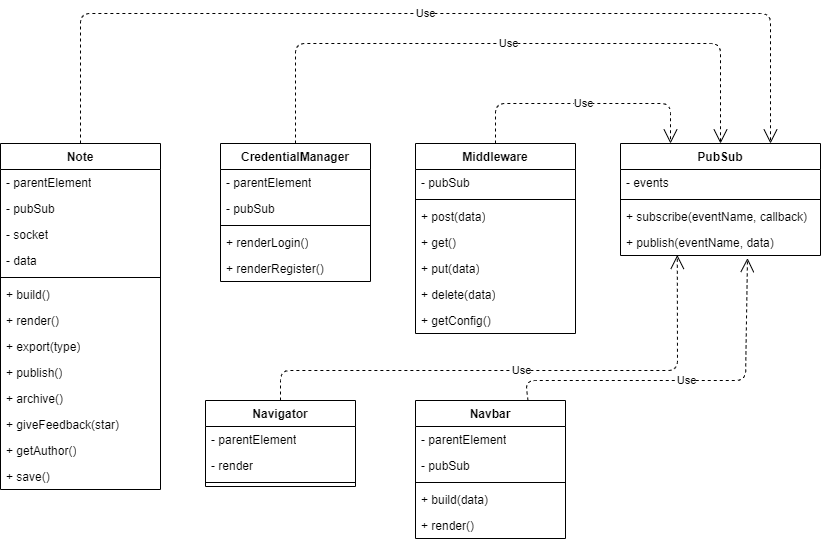
Above: assets/schemas/diagrams/SchemaOggetti.drawio.png in AngeloRipamonti/5C_RipamontiAvvedutoKotisCinquetti_PortaleAppunti (draw.io), before the change. Source tidied: cells renumbered, new cells last; positions are measured from the earlier drawing's top-left corner, leaving out a move shared by most shapes.
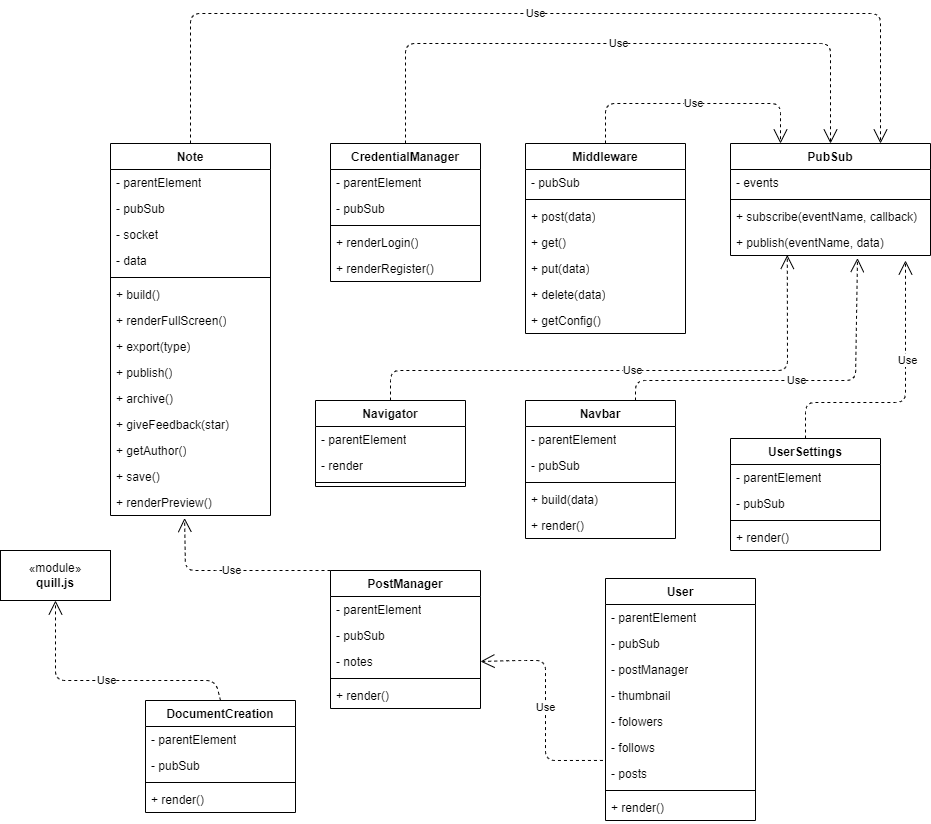
After the commit.

Commit message:
scheme components

Diff of the diagram source:
```diff
@@ -3,7 +3,7 @@
     <mxCell id="0" />
     <mxCell id="1" parent="0" />
     <mxCell id="2" value="Note" style="swimlane;fontStyle=1;align=center;verticalAlign=top;horizontal=1;startSize=26;whiteSpace=wrap;html=1;" parent="1" vertex="1">
-      <mxGeometry y="130" width="160" height="346" as="geometry" />
+      <mxGeometry y="130" width="160" height="372" as="geometry" />
     </mxCell>
     <mxCell id="3" value="- parentElement" style="text;strokeColor=none;fillColor=none;align=left;verticalAlign=top;spacingLeft=4;spacingRight=4;overflow=hidden;whiteSpace=wrap;html=1;" parent="2" vertex="1">
       <mxGeometry y="26" width="160" height="26" as="geometry" />
@@ -23,7 +23,7 @@
     <mxCell id="8" value="+ build()" style="text;strokeColor=none;fillColor=none;align=left;verticalAlign=top;spacingLeft=4;spacingRight=4;overflow=hidden;whiteSpace=wrap;html=1;" parent="2" vertex="1">
       <mxGeometry y="138" width="160" height="26" as="geometry" />
     </mxCell>
-    <mxCell id="9" value="+ render()" style="text;strokeColor=none;fillColor=none;align=left;verticalAlign=top;spacingLeft=4;spacingRight=4;overflow=hidden;whiteSpace=wrap;html=1;" parent="2" vertex="1">
+    <mxCell id="9" value="+ renderFullScreen()" style="text;strokeColor=none;fillColor=none;align=left;verticalAlign=top;spacingLeft=4;spacingRight=4;overflow=hidden;whiteSpace=wrap;html=1;" parent="2" vertex="1">
       <mxGeometry y="164" width="160" height="26" as="geometry" />
     </mxCell>
     <mxCell id="10" value="+ export(type)" style="text;strokeColor=none;fillColor=none;align=left;verticalAlign=top;spacingLeft=4;spacingRight=4;overflow=hidden;whiteSpace=wrap;html=1;" parent="2" vertex="1">
@@ -41,8 +41,11 @@
     <mxCell id="14" value="+ getAuthor()" style="text;strokeColor=none;fillColor=none;align=left;verticalAlign=top;spacingLeft=4;spacingRight=4;overflow=hidden;whiteSpace=wrap;html=1;" parent="2" vertex="1">
       <mxGeometry y="294" width="160" height="26" as="geometry" />
     </mxCell>
+    <mxCell id="50" value="+ save()" style="text;strokeColor=none;fillColor=none;align=left;verticalAlign=top;spacingLeft=4;spacingRight=4;overflow=hidden;whiteSpace=wrap;html=1;" parent="2" vertex="1">
+      <mxGeometry y="320" width="160" height="26" as="geometry" />
+    </mxCell>
-    <mxCell id="15" value="+ save()" style="text;strokeColor=none;fillColor=none;align=left;verticalAlign=top;spacingLeft=4;spacingRight=4;overflow=hidden;points=[[0,0.5],[1,0.5]];portConstraint=eastwest;whiteSpace=wrap;html=1;" parent="2" vertex="1">
-      <mxGeometry y="320" width="160" height="26" as="geometry" />
+    <mxCell id="15" value="+ renderPreview()" style="text;strokeColor=none;fillColor=none;align=left;verticalAlign=top;spacingLeft=4;spacingRight=4;overflow=hidden;points=[[0,0.5],[1,0.5]];portConstraint=eastwest;whiteSpace=wrap;html=1;" parent="2" vertex="1">
+      <mxGeometry y="346" width="160" height="26" as="geometry" />
     </mxCell>
     <mxCell id="16" value="CredentialManager" style="swimlane;fontStyle=1;align=center;verticalAlign=top;horizontal=1;startSize=26;whiteSpace=wrap;html=1;" parent="1" vertex="1">
       <mxGeometry x="220" y="130" width="150" height="138" as="geometry" />
@@ -165,13 +168,129 @@
         </Array>
       </mxGeometry>
     </mxCell>
-    <mxCell id="49" value="Use" style="endArrow=open;endSize=12;dashed=1;html=1;exitX=0.75;exitY=0;exitDx=0;exitDy=0;entryX=0.635;entryY=1.1;entryDx=0;entryDy=0;entryPerimeter=0;" parent="1" edge="1" source="38" target="26">
+    <mxCell id="49" value="Use" style="endArrow=open;endSize=12;dashed=1;html=1;entryX=0.635;entryY=1.1;entryDx=0;entryDy=0;entryPerimeter=0;" parent="1" edge="1" target="26">
       <mxGeometry relative="1" as="geometry">
+        <mxPoint x="525" y="387" as="sourcePoint" />
         <Array as="points">
           <mxPoint x="525" y="367" />
           <mxPoint x="745" y="367" />
         </Array>
       </mxGeometry>
     </mxCell>
+    <mxCell id="51" value="UserSettings" style="swimlane;fontStyle=1;align=center;verticalAlign=top;horizontal=1;startSize=26;whiteSpace=wrap;html=1;" parent="1" vertex="1">
+      <mxGeometry x="620" y="425" width="150" height="112" as="geometry" />
+    </mxCell>
+    <mxCell id="52" value="- parentElement" style="text;strokeColor=none;fillColor=none;align=left;verticalAlign=top;spacingLeft=4;spacingRight=4;overflow=hidden;whiteSpace=wrap;html=1;" parent="51" vertex="1">
+      <mxGeometry y="26" width="150" height="26" as="geometry" />
+    </mxCell>
+    <mxCell id="53" value="- pubSub" style="text;strokeColor=none;fillColor=none;align=left;verticalAlign=top;spacingLeft=4;spacingRight=4;overflow=hidden;whiteSpace=wrap;html=1;" parent="51" vertex="1">
+      <mxGeometry y="52" width="150" height="26" as="geometry" />
+    </mxCell>
+    <mxCell id="54" style="line;strokeWidth=1;fillColor=none;align=left;verticalAlign=middle;spacingTop=-1;spacingLeft=3;spacingRight=3;labelPosition=right;strokeColor=inherit;" parent="51" vertex="1">
+      <mxGeometry y="78" width="150" height="8" as="geometry" />
+    </mxCell>
+    <mxCell id="55" value="+ render()" style="text;strokeColor=none;fillColor=none;align=left;verticalAlign=top;spacingLeft=4;spacingRight=4;overflow=hidden;whiteSpace=wrap;html=1;" parent="51" vertex="1">
+      <mxGeometry y="86" width="150" height="26" as="geometry" />
+    </mxCell>
+    <mxCell id="56" value="Use" style="endArrow=open;endSize=12;dashed=1;html=1;exitX=0.5;exitY=0;exitDx=0;exitDy=0;" parent="1" edge="1" source="51">
+      <mxGeometry x="0.28" y="-2" relative="1" as="geometry">
+        <mxPoint x="795" y="247" as="targetPoint" />
+        <Array as="points">
+          <mxPoint x="695" y="389" />
+          <mxPoint x="795" y="389" />
+        </Array>
+      </mxGeometry>
+    </mxCell>
+    <mxCell id="57" value="PostManager" style="swimlane;fontStyle=1;align=center;verticalAlign=top;horizontal=1;startSize=26;whiteSpace=wrap;html=1;" parent="1" vertex="1">
+      <mxGeometry x="220" y="557" width="150" height="138" as="geometry" />
+    </mxCell>
+    <mxCell id="58" value="- parentElement" style="text;strokeColor=none;fillColor=none;align=left;verticalAlign=top;spacingLeft=4;spacingRight=4;overflow=hidden;whiteSpace=wrap;html=1;" parent="57" vertex="1">
+      <mxGeometry y="26" width="150" height="26" as="geometry" />
+    </mxCell>
+    <mxCell id="59" value="- pubSub" style="text;strokeColor=none;fillColor=none;align=left;verticalAlign=top;spacingLeft=4;spacingRight=4;overflow=hidden;whiteSpace=wrap;html=1;" parent="57" vertex="1">
+      <mxGeometry y="52" width="150" height="26" as="geometry" />
+    </mxCell>
+    <mxCell id="60" value="- notes" style="text;strokeColor=none;fillColor=none;align=left;verticalAlign=top;spacingLeft=4;spacingRight=4;overflow=hidden;points=[[0,0.5],[1,0.5]];portConstraint=eastwest;whiteSpace=wrap;html=1;" parent="57" vertex="1">
+      <mxGeometry y="78" width="150" height="26" as="geometry" />
+    </mxCell>
+    <mxCell id="61" style="line;strokeWidth=1;fillColor=none;align=left;verticalAlign=middle;spacingTop=-1;spacingLeft=3;spacingRight=3;labelPosition=right;strokeColor=inherit;" parent="57" vertex="1">
+      <mxGeometry y="104" width="150" height="8" as="geometry" />
+    </mxCell>
+    <mxCell id="62" value="+ render()" style="text;strokeColor=none;fillColor=none;align=left;verticalAlign=top;spacingLeft=4;spacingRight=4;overflow=hidden;whiteSpace=wrap;html=1;" parent="57" vertex="1">
+      <mxGeometry y="112" width="150" height="26" as="geometry" />
+    </mxCell>
+    <mxCell id="63" value="Use" style="endArrow=open;endSize=12;dashed=1;html=1;exitX=0;exitY=0;exitDx=0;exitDy=0;entryX=0.463;entryY=1.096;entryDx=0;entryDy=0;entryPerimeter=0;" parent="1" edge="1" source="57" target="15">
+      <mxGeometry relative="1" as="geometry">
+        <Array as="points">
+          <mxPoint x="115" y="557" />
+          <mxPoint x="75" y="557" />
+        </Array>
+      </mxGeometry>
+    </mxCell>
+    <mxCell id="64" value="User" style="swimlane;fontStyle=1;align=center;verticalAlign=top;horizontal=1;startSize=26;whiteSpace=wrap;html=1;" parent="1" vertex="1">
+      <mxGeometry x="495" y="565" width="150" height="242" as="geometry" />
+    </mxCell>
+    <mxCell id="65" value="- parentElement" style="text;strokeColor=none;fillColor=none;align=left;verticalAlign=top;spacingLeft=4;spacingRight=4;overflow=hidden;whiteSpace=wrap;html=1;" parent="64" vertex="1">
+      <mxGeometry y="26" width="150" height="26" as="geometry" />
+    </mxCell>
+    <mxCell id="66" value="- pubSub" style="text;strokeColor=none;fillColor=none;align=left;verticalAlign=top;spacingLeft=4;spacingRight=4;overflow=hidden;whiteSpace=wrap;html=1;" parent="64" vertex="1">
+      <mxGeometry y="52" width="150" height="26" as="geometry" />
+    </mxCell>
+    <mxCell id="67" value="- postManager" style="text;strokeColor=none;fillColor=none;align=left;verticalAlign=top;spacingLeft=4;spacingRight=4;overflow=hidden;whiteSpace=wrap;html=1;" parent="64" vertex="1">
+      <mxGeometry y="78" width="150" height="26" as="geometry" />
+    </mxCell>
+    <mxCell id="68" value="- thumbnail" style="text;strokeColor=none;fillColor=none;align=left;verticalAlign=top;spacingLeft=4;spacingRight=4;overflow=hidden;whiteSpace=wrap;html=1;" parent="64" vertex="1">
+      <mxGeometry y="104" width="150" height="26" as="geometry" />
+    </mxCell>
+    <mxCell id="69" value="- folowers" style="text;strokeColor=none;fillColor=none;align=left;verticalAlign=top;spacingLeft=4;spacingRight=4;overflow=hidden;whiteSpace=wrap;html=1;" parent="64" vertex="1">
+      <mxGeometry y="130" width="150" height="26" as="geometry" />
+    </mxCell>
+    <mxCell id="70" value="- follows" style="text;strokeColor=none;fillColor=none;align=left;verticalAlign=top;spacingLeft=4;spacingRight=4;overflow=hidden;points=[[0,0.5],[1,0.5]];portConstraint=eastwest;whiteSpace=wrap;html=1;" parent="64" vertex="1">
+      <mxGeometry y="156" width="150" height="26" as="geometry" />
+    </mxCell>
+    <mxCell id="71" value="- posts" style="text;strokeColor=none;fillColor=none;align=left;verticalAlign=top;spacingLeft=4;spacingRight=4;overflow=hidden;whiteSpace=wrap;html=1;" parent="64" vertex="1">
+      <mxGeometry y="182" width="150" height="26" as="geometry" />
+    </mxCell>
+    <mxCell id="72" style="line;strokeWidth=1;fillColor=none;align=left;verticalAlign=middle;spacingTop=-1;spacingLeft=3;spacingRight=3;labelPosition=right;strokeColor=inherit;" parent="64" vertex="1">
+      <mxGeometry y="208" width="150" height="8" as="geometry" />
+    </mxCell>
+    <mxCell id="73" value="+ render()" style="text;strokeColor=none;fillColor=none;align=left;verticalAlign=top;spacingLeft=4;spacingRight=4;overflow=hidden;whiteSpace=wrap;html=1;" parent="64" vertex="1">
+      <mxGeometry y="216" width="150" height="26" as="geometry" />
+    </mxCell>
+    <mxCell id="74" value="Use" style="endArrow=open;endSize=12;dashed=1;html=1;entryX=1;entryY=0.5;entryDx=0;entryDy=0;exitX=-0.017;exitY=0.998;exitDx=0;exitDy=0;exitPerimeter=0;" parent="1" edge="1" source="70" target="60">
+      <mxGeometry relative="1" as="geometry">
+        <Array as="points">
+          <mxPoint x="435" y="747" />
+          <mxPoint x="435" y="647" />
+          <mxPoint x="405" y="647" />
+        </Array>
+      </mxGeometry>
+    </mxCell>
+    <mxCell id="75" value="DocumentCreation" style="swimlane;fontStyle=1;align=center;verticalAlign=top;horizontal=1;startSize=26;whiteSpace=wrap;html=1;" parent="1" vertex="1">
+      <mxGeometry x="35" y="687" width="150" height="112" as="geometry" />
+    </mxCell>
+    <mxCell id="76" value="- parentElement" style="text;strokeColor=none;fillColor=none;align=left;verticalAlign=top;spacingLeft=4;spacingRight=4;overflow=hidden;whiteSpace=wrap;html=1;" parent="75" vertex="1">
+      <mxGeometry y="26" width="150" height="26" as="geometry" />
+    </mxCell>
+    <mxCell id="77" value="- pubSub" style="text;strokeColor=none;fillColor=none;align=left;verticalAlign=top;spacingLeft=4;spacingRight=4;overflow=hidden;whiteSpace=wrap;html=1;" parent="75" vertex="1">
+      <mxGeometry y="52" width="150" height="26" as="geometry" />
+    </mxCell>
+    <mxCell id="78" style="line;strokeWidth=1;fillColor=none;align=left;verticalAlign=middle;spacingTop=-1;spacingLeft=3;spacingRight=3;labelPosition=right;strokeColor=inherit;" parent="75" vertex="1">
+      <mxGeometry y="78" width="150" height="8" as="geometry" />
+    </mxCell>
+    <mxCell id="79" value="+ render()" style="text;strokeColor=none;fillColor=none;align=left;verticalAlign=top;spacingLeft=4;spacingRight=4;overflow=hidden;whiteSpace=wrap;html=1;" parent="75" vertex="1">
+      <mxGeometry y="86" width="150" height="26" as="geometry" />
+    </mxCell>
+    <mxCell id="80" value="«module»&lt;br&gt;&lt;b&gt;quill.js&lt;/b&gt;" style="html=1;whiteSpace=wrap;" parent="1" vertex="1">
+      <mxGeometry x="-110" y="537" width="110" height="50" as="geometry" />
+    </mxCell>
+    <mxCell id="81" value="Use" style="endArrow=open;endSize=12;dashed=1;html=1;exitX=0.5;exitY=0;exitDx=0;exitDy=0;entryX=0.5;entryY=1;entryDx=0;entryDy=0;" parent="1" edge="1" source="75" target="80">
+      <mxGeometry relative="1" as="geometry">
+        <Array as="points">
+          <mxPoint x="105" y="667" />
+          <mxPoint x="-55" y="667" />
+        </Array>
+      </mxGeometry>
+    </mxCell>
   </root>
 </mxGraphModel>
```
